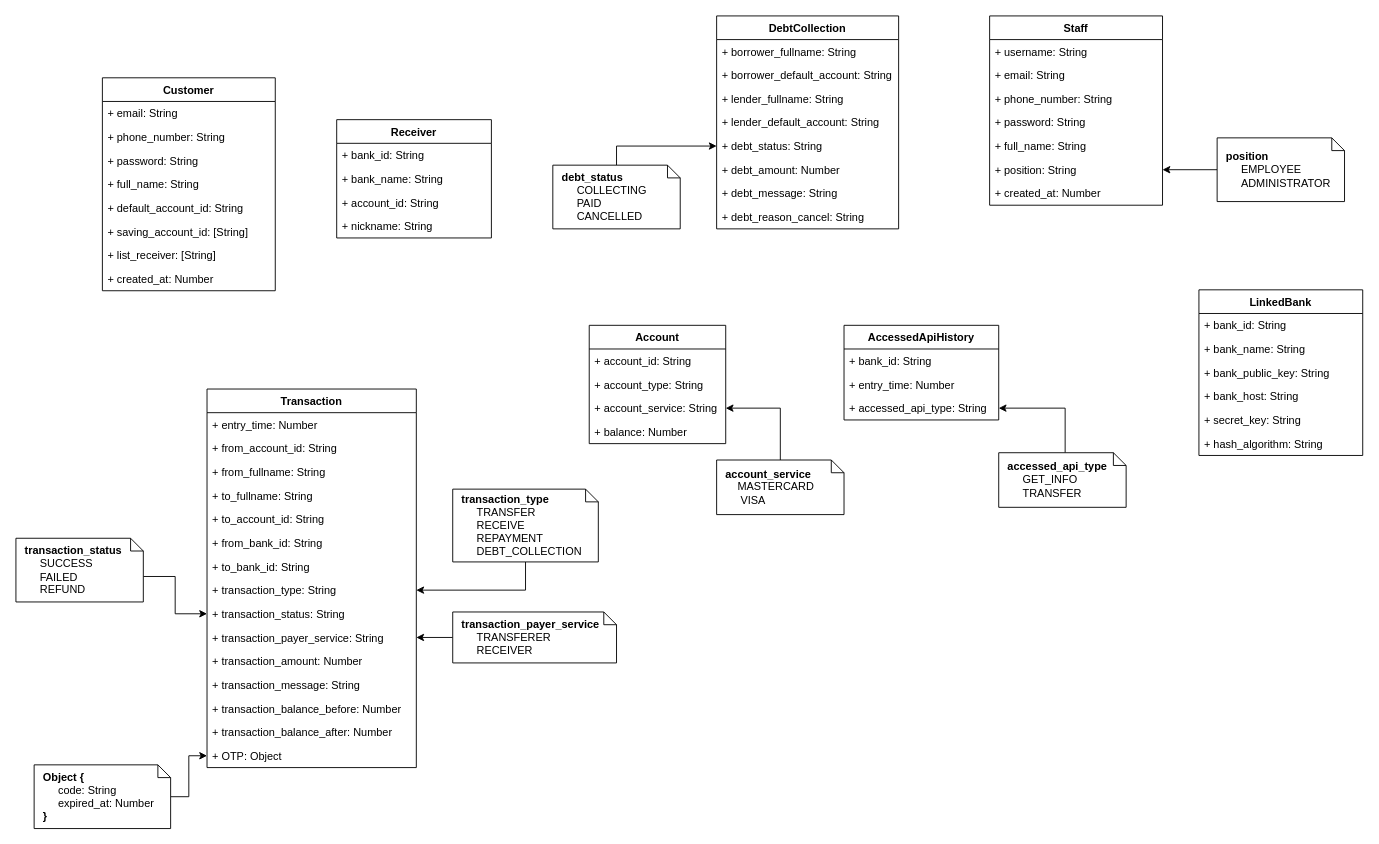
This is 03_Design/01_Data/InternetBanking.drawio from imdotnhsang/AWAD_NNDK_08, a draw.io file, before an edit. Source tidied: cells renumbered, new cells numbered last; positions are measured from the earlier drawing's top-left corner, leaving out a move shared by most shapes. Both pictures are drawn from the tidied source at 91%, with x=0, y=0 at pixel (15, 15).
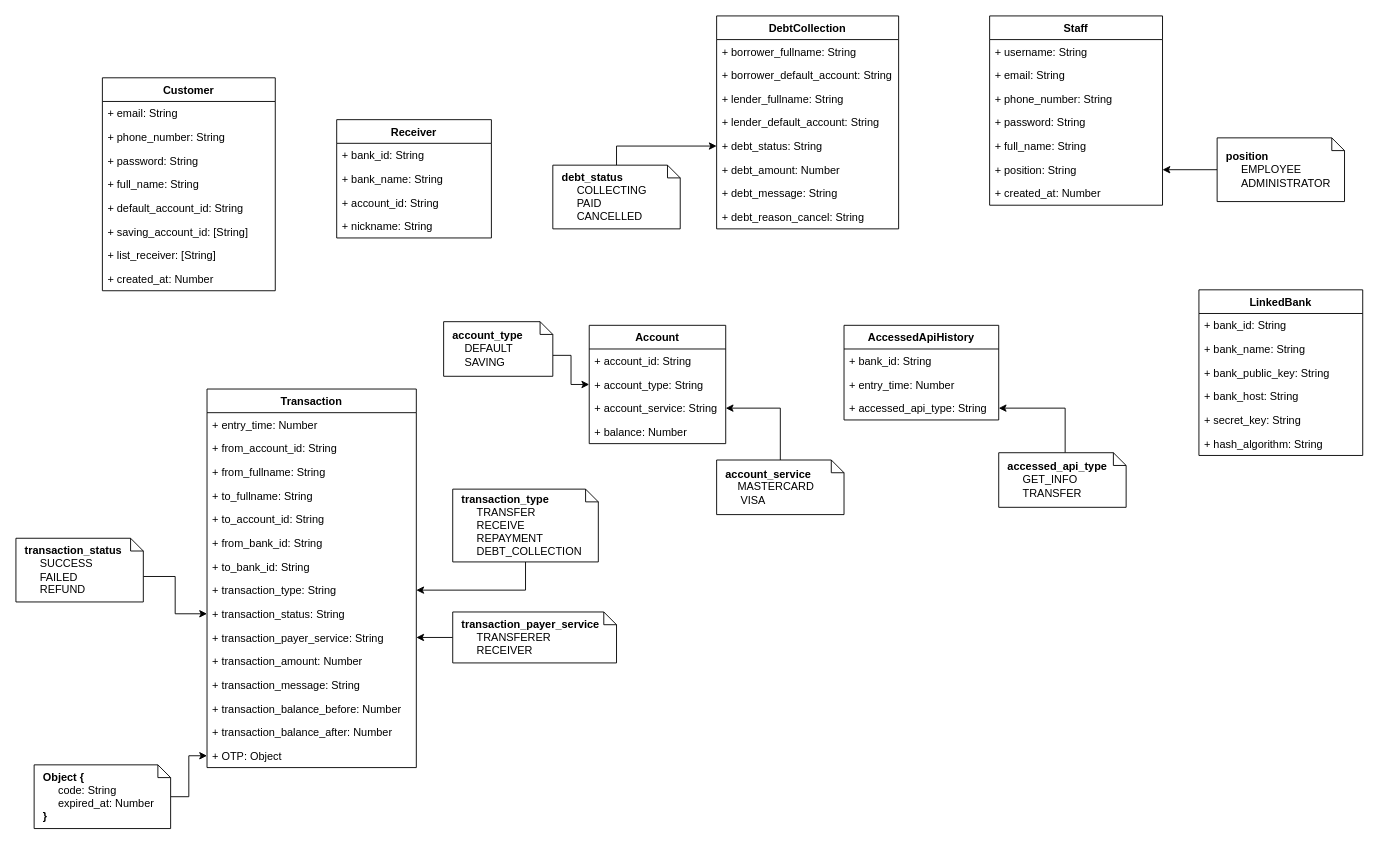
The same diagram, later.

Commit message:
update type account diagram

Unchanged cells that the change refers to:
```xml
<mxCell id="35" value="+ account_type: String" style="text;strokeColor=none;fillColor=none;align=left;verticalAlign=top;spacingLeft=4;spacingRight=4;overflow=hidden;points=[[0,0.5],[1,0.5]];portConstraint=eastwest;" parent="33" vertex="1">
  <mxGeometry y="52" width="150" height="26" as="geometry" />
</mxCell>
```

The edit, as a diff of the source:
```diff
@@
+    <mxCell id="81" style="edgeStyle=orthogonalEdgeStyle;rounded=0;jettySize=auto;html=1;exitX=0;exitY=0;exitDx=120;exitDy=37;exitPerimeter=0;entryX=0;entryY=0.5;entryDx=0;entryDy=0;" parent="1" edge="1" source="82" target="35">
+      <mxGeometry relative="1" as="geometry" />
+    </mxCell>
+    <mxCell id="82" value="&lt;b&gt;account_type&lt;/b&gt;&lt;span&gt;&amp;nbsp; &amp;nbsp; &amp;nbsp; &amp;nbsp; &amp;nbsp; &amp;nbsp; DEFAULT&lt;br&gt;&lt;/span&gt;&lt;span&gt;&amp;nbsp; &amp;nbsp; SAVING&lt;/span&gt;" style="shape=note;whiteSpace=wrap;html=1;size=14;verticalAlign=middle;align=left;spacingTop=0;spacing=10;" parent="1" vertex="1">
+      <mxGeometry x="470" y="336" width="120" height="60" as="geometry" />
+    </mxCell>
```
